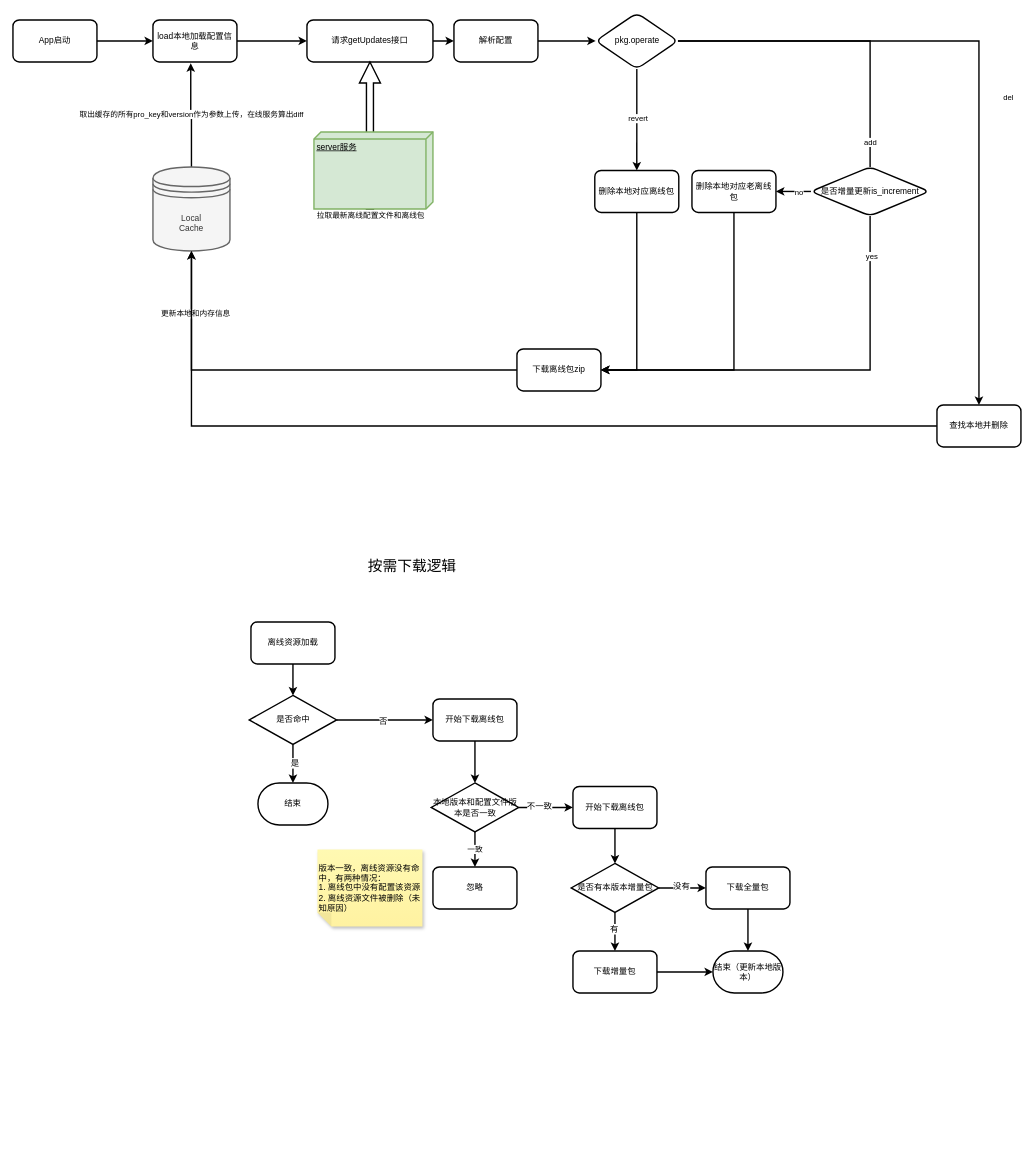
The draw.io diagram page "四期" (4 of 4) of 客户端下载SDK-四期.drawio in MitnickX/drawIO, before the edit. Source tidied: cells renumbered, new cells numbered last; positions are measured from the earlier drawing's top-left corner, leaving out a move shared by most shapes. Both pictures are drawn from the tidied source at 70%, with x=0, y=0 at pixel (13, 13).
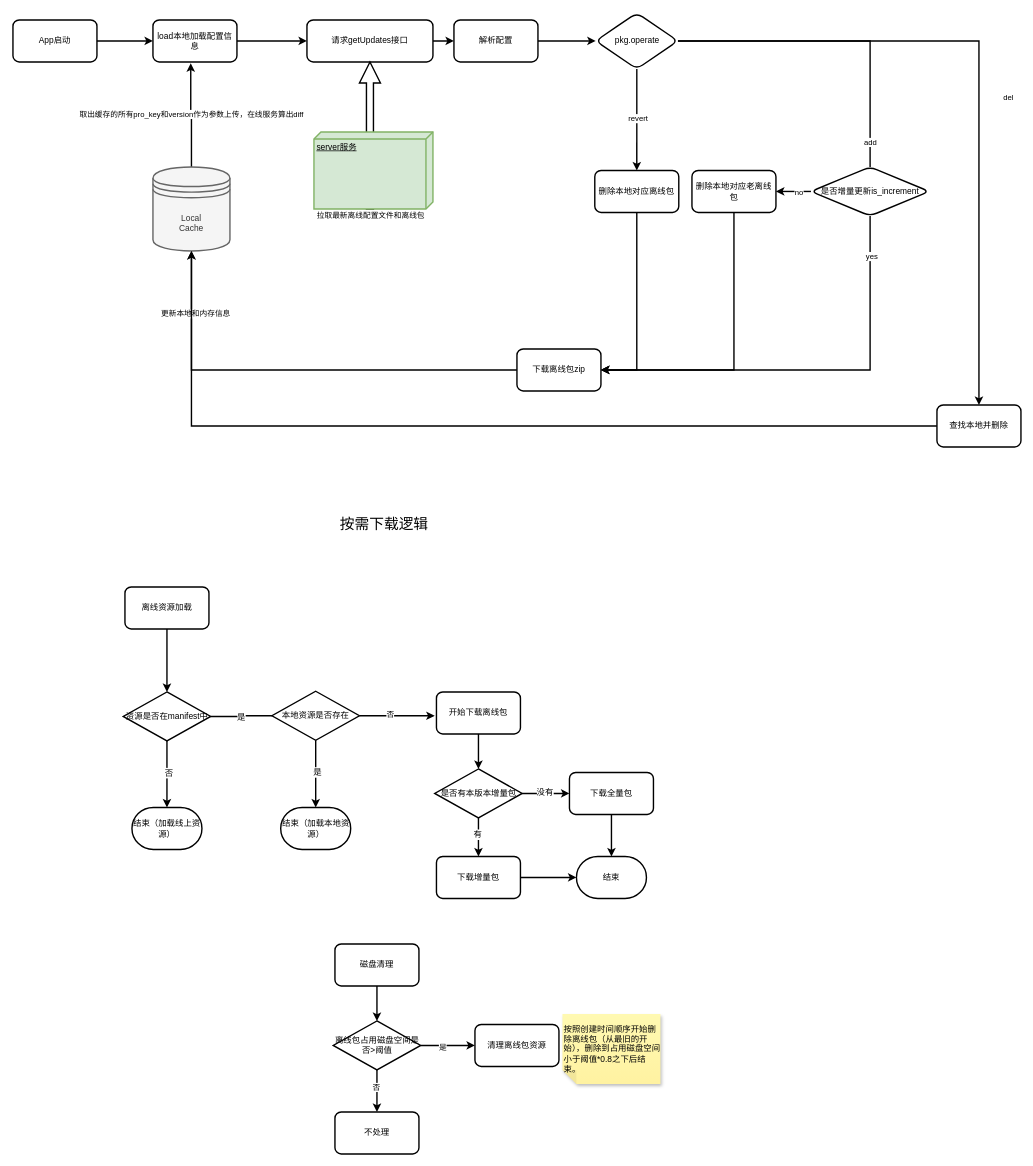
Above is the later version.

Commit message:
更新客户端下载SDK-四期.drawio

The change refers to these unchanged cells:
```xml
<mxCell id="43" style="edgeStyle=orthogonalEdgeStyle;rounded=0;jettySize=auto;html=1;fontSize=12;strokeWidth=2;entryX=0.5;entryY=0;entryDx=0;entryDy=0;entryPerimeter=0;" parent="1" edge="1" source="45" target="23">
  <mxGeometry relative="1" as="geometry" />
</mxCell>
```

Change to the diagram source:
```diff
@@
     <mxCell id="22" value="离线资源加载" style="whiteSpace=wrap;html=1;rounded=1;strokeWidth=2;" parent="1" vertex="1">
-      <mxGeometry x="340" y="870" width="120" height="60" as="geometry" />
+      <mxGeometry x="160" y="820" width="120" height="60" as="geometry" />
     </mxCell>
-    <mxCell id="23" value="结束" style="strokeWidth=2;html=1;shape=mxgraph.flowchart.terminator;whiteSpace=wrap;" parent="1" vertex="1">
-      <mxGeometry x="350" y="1100" width="100" height="60" as="geometry" />
+    <mxCell id="23" value="结束（加载线上资源）" style="strokeWidth=2;html=1;shape=mxgraph.flowchart.terminator;whiteSpace=wrap;" parent="1" vertex="1">
+      <mxGeometry x="170" y="1135" width="100" height="60" as="geometry" />
     </mxCell>
-    <mxCell id="24" style="edgeStyle=orthogonalEdgeStyle;rounded=0;jettySize=auto;html=1;strokeWidth=2;entryX=0.5;entryY=0;entryDx=0;entryDy=0;" parent="1" edge="1" source="25" target="48">
-      <mxGeometry relative="1" as="geometry" />
-    </mxCell>
-    <mxCell id="25" value="开始下载离线包" style="whiteSpace=wrap;html=1;rounded=1;strokeWidth=2;" parent="1" vertex="1">
-      <mxGeometry x="600" y="980" width="120" height="60" as="geometry" />
-    </mxCell>
-    <mxCell id="26" value="忽略" style="whiteSpace=wrap;html=1;rounded=1;strokeWidth=2;" parent="1" vertex="1">
-      <mxGeometry x="600" y="1220" width="120" height="60" as="geometry" />
-    </mxCell>
@@
     <mxCell id="42" value="按需下载逻辑" style="text;html=1;align=center;verticalAlign=middle;strokeColor=none;fillColor=none;fontSize=21;" parent="1" vertex="1">
-      <mxGeometry x="495" y="770" width="150" height="40" as="geometry" />
+      <mxGeometry x="455" y="710" width="150" height="40" as="geometry" />
     </mxCell>
@@
-    <mxCell id="44" value="是" style="edgeLabel;html=1;align=center;verticalAlign=middle;fontSize=12;" parent="43" vertex="1">
+    <mxCell id="44" value="否" style="edgeLabel;html=1;align=center;verticalAlign=middle;fontSize=12;" parent="43" vertex="1">
       <mxGeometry x="-0.06" y="2" relative="1" as="geometry" />
     </mxCell>
-    <mxCell id="45" value="是否命中" style="rhombus;whiteSpace=wrap;html=1;fontSize=12;strokeWidth=2;" parent="1" vertex="1">
-      <mxGeometry x="337.5" y="975" width="125" height="70" as="geometry" />
+    <mxCell id="45" value="资源是否在manifest中" style="rhombus;whiteSpace=wrap;html=1;fontSize=12;strokeWidth=2;" parent="1" vertex="1">
+      <mxGeometry x="157.5" y="970" width="125" height="70" as="geometry" />
     </mxCell>
-    <mxCell id="46" style="edgeStyle=orthogonalEdgeStyle;rounded=0;jettySize=auto;html=1;entryX=0;entryY=0.5;entryDx=0;entryDy=0;strokeWidth=2;" parent="1" edge="1" source="45" target="25">
-      <mxGeometry relative="1" as="geometry" />
+    <mxCell id="46" style="edgeStyle=orthogonalEdgeStyle;rounded=0;jettySize=auto;html=1;strokeWidth=2;startArrow=none;exitX=1;exitY=0.5;exitDx=0;exitDy=0;entryX=0;entryY=0.5;entryDx=0;entryDy=0;" parent="1" edge="1" source="66">
+      <mxGeometry relative="1" as="geometry">
+        <mxPoint x="602.5" y="1004" as="targetPoint" />
+      </mxGeometry>
     </mxCell>
-    <mxCell id="47" value="否" style="edgeLabel;html=1;align=center;verticalAlign=middle;fontSize=12;" parent="46" vertex="1">
-      <mxGeometry x="-0.06" y="-1" relative="1" as="geometry">
-        <mxPoint x="1" as="offset" />
-      </mxGeometry>
-    </mxCell>
-    <mxCell id="48" value="本地版本和配置文件版本是否一致" style="rhombus;whiteSpace=wrap;html=1;fontSize=12;strokeWidth=2;" parent="1" vertex="1">
-      <mxGeometry x="597.5" y="1100" width="125" height="70" as="geometry" />
-    </mxCell>
-    <mxCell id="49" value="一致" style="edgeStyle=orthogonalEdgeStyle;rounded=0;jettySize=auto;html=1;strokeWidth=2;entryX=0.5;entryY=0;entryDx=0;entryDy=0;exitX=0.5;exitY=1;exitDx=0;exitDy=0;" parent="1" edge="1" source="48" target="26">
-      <mxGeometry relative="1" as="geometry" />
-    </mxCell>
-    <mxCell id="50" value="版本一致，离线资源没有命中，有两种情况：&lt;br&gt;1. 离线包中没有配置该资源&lt;br&gt;2. 离线资源文件被删除（未知原因）" style="shape=note;whiteSpace=wrap;html=1;backgroundOutline=1;fontColor=#000000;darkOpacity=0.05;fillColor=#FFF9B2;strokeColor=none;fillStyle=solid;direction=west;gradientDirection=north;gradientColor=#FFF2A1;shadow=1;size=20;strokeWidth=2;fontSize=12;align=left;" parent="1" vertex="1">
-      <mxGeometry x="435" y="1195" width="150" height="110" as="geometry" />
-    </mxCell>
+    <mxCell id="65" value="否" style="edgeLabel;html=1;align=center;verticalAlign=middle;" parent="46" vertex="1">
+      <mxGeometry x="-0.2" y="3" relative="1" as="geometry" />
+    </mxCell>
     <mxCell id="51" value="开始下载离线包" style="whiteSpace=wrap;html=1;rounded=1;strokeWidth=2;" parent="1" vertex="1">
-      <mxGeometry x="800" y="1105" width="120" height="60" as="geometry" />
+      <mxGeometry x="605" y="970" width="120" height="60" as="geometry" />
     </mxCell>
-    <mxCell id="52" style="edgeStyle=orthogonalEdgeStyle;rounded=0;jettySize=auto;html=1;strokeWidth=2;entryX=0;entryY=0.5;entryDx=0;entryDy=0;exitX=1;exitY=0.5;exitDx=0;exitDy=0;" parent="1" edge="1" source="48" target="51">
-      <mxGeometry relative="1" as="geometry" />
-    </mxCell>
-    <mxCell id="53" value="不一致" style="edgeLabel;html=1;align=center;verticalAlign=middle;fontSize=12;" parent="52" vertex="1">
-      <mxGeometry x="-0.24" y="3" relative="1" as="geometry">
-        <mxPoint y="1" as="offset" />
-      </mxGeometry>
-    </mxCell>
     <mxCell id="54" value="是否有本版本增量包" style="rhombus;whiteSpace=wrap;html=1;fontSize=12;strokeWidth=2;" parent="1" vertex="1">
-      <mxGeometry x="797.5" y="1215" width="125" height="70" as="geometry" />
+      <mxGeometry x="602.5" y="1080" width="125" height="70" as="geometry" />
     </mxCell>
@@
     <mxCell id="56" value="下载全量包" style="whiteSpace=wrap;html=1;rounded=1;strokeWidth=2;" parent="1" vertex="1">
-      <mxGeometry x="990" y="1220" width="120" height="60" as="geometry" />
+      <mxGeometry x="795" y="1085" width="120" height="60" as="geometry" />
     </mxCell>
@@
     <mxCell id="59" value="下载增量包" style="whiteSpace=wrap;html=1;rounded=1;strokeWidth=2;" parent="1" vertex="1">
-      <mxGeometry x="800" y="1340" width="120" height="60" as="geometry" />
+      <mxGeometry x="605" y="1205" width="120" height="60" as="geometry" />
     </mxCell>
@@
-    <mxCell id="62" value="结束（更新本地版本）" style="strokeWidth=2;html=1;shape=mxgraph.flowchart.terminator;whiteSpace=wrap;" parent="1" vertex="1">
-      <mxGeometry x="1000" y="1340" width="100" height="60" as="geometry" />
+    <mxCell id="62" value="结束" style="strokeWidth=2;html=1;shape=mxgraph.flowchart.terminator;whiteSpace=wrap;" parent="1" vertex="1">
+      <mxGeometry x="805" y="1205" width="100" height="60" as="geometry" />
     </mxCell>
@@
+    <mxCell id="66" value="本地资源是否存在" style="rhombus;whiteSpace=wrap;html=1;fontSize=12;strokeWidth=2;" parent="1" vertex="1">
+      <mxGeometry x="370" y="969" width="125" height="70" as="geometry" />
+    </mxCell>
+    <mxCell id="67" style="edgeStyle=orthogonalEdgeStyle;rounded=0;jettySize=auto;html=1;entryX=0;entryY=0.5;entryDx=0;entryDy=0;strokeWidth=2;endArrow=none;" parent="1" edge="1" source="45" target="66">
+      <mxGeometry relative="1" as="geometry" />
+    </mxCell>
+    <mxCell id="68" value="是" style="edgeLabel;html=1;align=center;verticalAlign=middle;fontSize=12;" parent="67" vertex="1">
+      <mxGeometry x="-0.06" y="-1" relative="1" as="geometry">
+        <mxPoint x="1" as="offset" />
+      </mxGeometry>
+    </mxCell>
+    <mxCell id="69" value="结束（加载本地资源）" style="strokeWidth=2;html=1;shape=mxgraph.flowchart.terminator;whiteSpace=wrap;" parent="1" vertex="1">
+      <mxGeometry x="382.5" y="1135" width="100" height="60" as="geometry" />
+    </mxCell>
+    <mxCell id="70" style="edgeStyle=orthogonalEdgeStyle;rounded=0;jettySize=auto;html=1;fontSize=12;strokeWidth=2;entryX=0.5;entryY=0;entryDx=0;entryDy=0;entryPerimeter=0;" parent="1" edge="1" source="66" target="69">
+      <mxGeometry relative="1" as="geometry" />
+    </mxCell>
+    <mxCell id="71" value="是" style="edgeLabel;html=1;align=center;verticalAlign=middle;fontSize=12;" parent="70" vertex="1">
+      <mxGeometry x="-0.06" y="2" relative="1" as="geometry" />
+    </mxCell>
+    <mxCell id="72" value="磁盘清理" style="whiteSpace=wrap;html=1;rounded=1;strokeWidth=2;" parent="1" vertex="1">
+      <mxGeometry x="460" y="1330" width="120" height="60" as="geometry" />
+    </mxCell>
+    <mxCell id="73" value="离线包占用磁盘空间是否&amp;gt;阈值" style="rhombus;whiteSpace=wrap;html=1;fontSize=12;strokeWidth=2;" parent="1" vertex="1">
+      <mxGeometry x="457.5" y="1440" width="125" height="70" as="geometry" />
+    </mxCell>
+    <mxCell id="74" style="edgeStyle=orthogonalEdgeStyle;rounded=0;jettySize=auto;html=1;fontSize=12;strokeWidth=2;entryX=0.5;entryY=0;entryDx=0;entryDy=0;exitX=0.5;exitY=1;exitDx=0;exitDy=0;" parent="1" edge="1" source="72" target="73">
+      <mxGeometry relative="1" as="geometry" />
+    </mxCell>
+    <mxCell id="75" value="不处理" style="whiteSpace=wrap;html=1;rounded=1;strokeWidth=2;" parent="1" vertex="1">
+      <mxGeometry x="460" y="1570" width="120" height="60" as="geometry" />
+    </mxCell>
+    <mxCell id="76" style="edgeStyle=orthogonalEdgeStyle;rounded=0;jettySize=auto;html=1;fontSize=12;strokeWidth=2;entryX=0.5;entryY=0;entryDx=0;entryDy=0;exitX=0.5;exitY=1;exitDx=0;exitDy=0;" parent="1" edge="1" source="73" target="75">
+      <mxGeometry relative="1" as="geometry" />
+    </mxCell>
+    <mxCell id="77" value="否" style="edgeLabel;html=1;align=center;verticalAlign=middle;" parent="76" vertex="1">
+      <mxGeometry x="-0.2" y="-2" relative="1" as="geometry" />
+    </mxCell>
+    <mxCell id="78" value="清理离线包资源" style="whiteSpace=wrap;html=1;rounded=1;strokeWidth=2;" parent="1" vertex="1">
+      <mxGeometry x="660" y="1445" width="120" height="60" as="geometry" />
+    </mxCell>
+    <mxCell id="79" style="edgeStyle=orthogonalEdgeStyle;rounded=0;jettySize=auto;html=1;fontSize=12;strokeWidth=2;entryX=0;entryY=0.5;entryDx=0;entryDy=0;exitX=1;exitY=0.5;exitDx=0;exitDy=0;" parent="1" edge="1" source="73" target="78">
+      <mxGeometry relative="1" as="geometry" />
+    </mxCell>
+    <mxCell id="80" value="是" style="edgeLabel;html=1;align=center;verticalAlign=middle;" parent="79" vertex="1">
+      <mxGeometry x="-0.2" y="-2" relative="1" as="geometry" />
+    </mxCell>
+    <mxCell id="81" value="按照创建时间顺序开始删除离线包（从最旧的开始），删除到占用磁盘空间小于阈值*0.8之下后结束。" style="shape=note;whiteSpace=wrap;html=1;backgroundOutline=1;fontColor=#000000;darkOpacity=0.05;fillColor=#FFF9B2;strokeColor=none;fillStyle=solid;direction=west;gradientDirection=north;gradientColor=#FFF2A1;shadow=1;size=20;align=left;" parent="1" vertex="1">
+      <mxGeometry x="785" y="1430" width="140" height="100" as="geometry" />
+    </mxCell>
```
